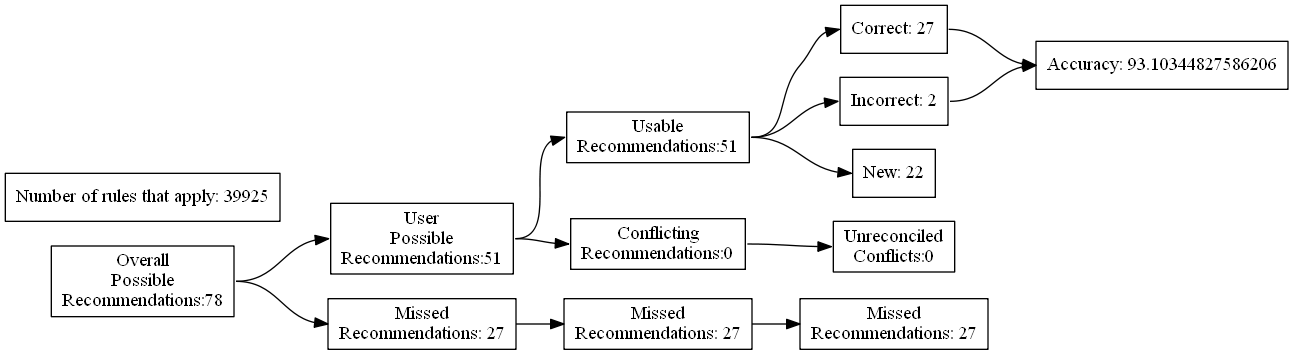
The Graphviz diagram test_renders/7.gv.png in ZaxR/ibd_diet_analysis, before a commit. Its source is kept beside it as test_renders/7.gv.
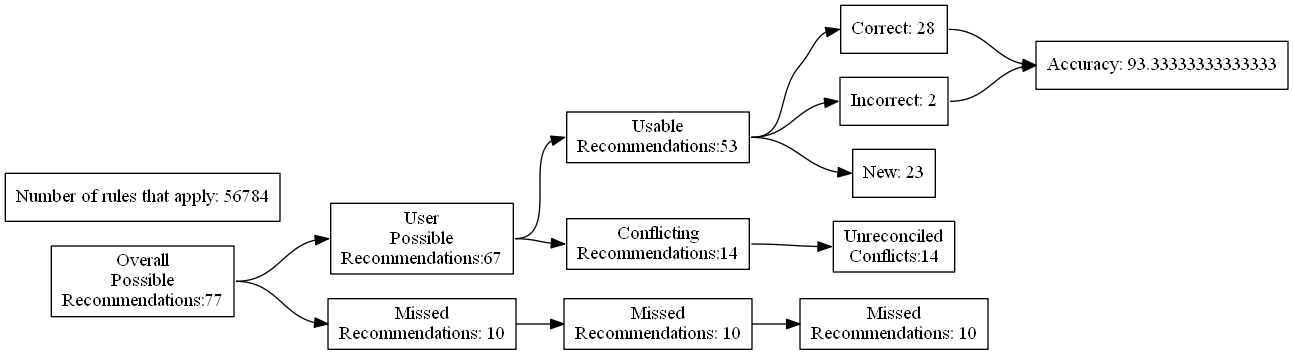
Above is the later version.

The edit, as a diff of the source:
```diff
@@ -4,27 +4,27 @@
 	edge [headport=w tailport=e]
 		A [label="Overall
 Possible
-Recommendations:78"]
+Recommendations:77"]
 		B [label="User
 Possible
-Recommendations:51"]
+Recommendations:67"]
 		C [label="Missed
-Recommendations: 27"]
+Recommendations: 10"]
 		D [label="Usable
-Recommendations:51"]
+Recommendations:53"]
 		E [label="Conflicting
-Recommendations:0"]
+Recommendations:14"]
 		J [label="Missed
-Recommendations: 27"]
+Recommendations: 10"]
 		M [label="Unreconciled
-Conflicts:0"]
-		F [label="Correct: 27"]
+Conflicts:14"]
+		F [label="Correct: 28"]
 		G [label="Incorrect: 2"]
-		H [label="New: 22"]
+		H [label="New: 23"]
 		K [label="Missed
-Recommendations: 27"]
-		I [label="Accuracy: 93.10344827586206"]
-		l [label="Number of rules that apply: 39925"]
+Recommendations: 10"]
+		I [label="Accuracy: 93.33333333333333"]
+		l [label="Number of rules that apply: 56784"]
 			A -> B
 			A -> C
 			B -> D
```
